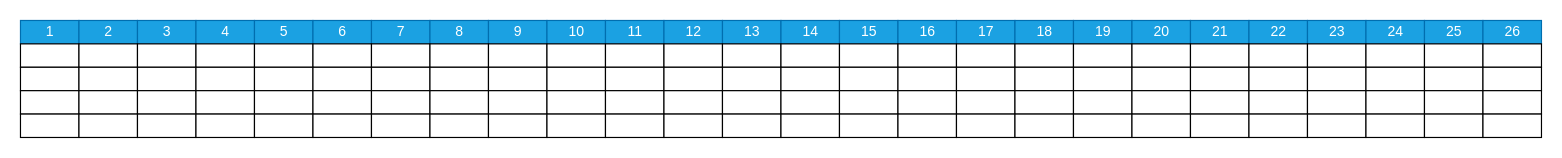
Before: PROJECT 1/askisi04/gannt.drawio in ltopalis/Operating-System-Project, a draw.io diagram. Source tidied: cells renumbered, new cells numbered last; positions are measured from the earlier drawing's top-left corner, leaving out a move shared by most shapes. Both pictures are drawn from the tidied source at 117%, with x=0, y=0 at pixel (20, 20).
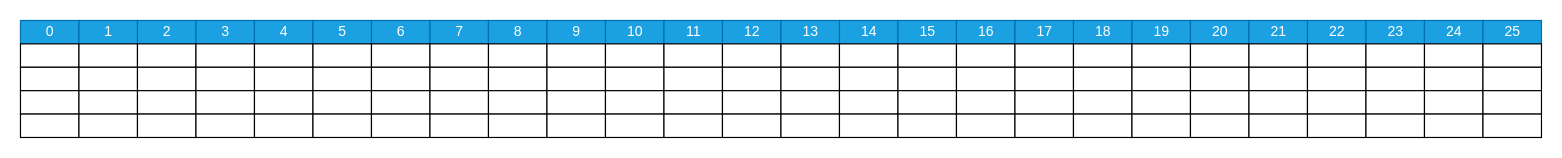
The same page after the edit.

The edit, as a diff of the source:
```diff
@@
-    <mxCell id="2" value="1" style="align=center;html=1;fillColor=#1ba1e2;fontColor=#ffffff;strokeColor=#006EAF;" parent="1" vertex="1">
+    <mxCell id="2" value="0" style="align=center;html=1;fillColor=#1ba1e2;fontColor=#ffffff;strokeColor=#006EAF;" parent="1" vertex="1">
       <mxGeometry width="50" height="20" as="geometry" />
     </mxCell>
-    <mxCell id="3" value="2" style="align=center;html=1;fillColor=#1ba1e2;fontColor=#ffffff;strokeColor=#006EAF;" parent="1" vertex="1">
+    <mxCell id="3" value="1" style="align=center;html=1;fillColor=#1ba1e2;fontColor=#ffffff;strokeColor=#006EAF;" parent="1" vertex="1">
       <mxGeometry x="50" width="50" height="20" as="geometry" />
     </mxCell>
-    <mxCell id="4" value="3" style="align=center;html=1;fillColor=#1ba1e2;fontColor=#ffffff;strokeColor=#006EAF;" parent="1" vertex="1">
+    <mxCell id="4" value="2" style="align=center;html=1;fillColor=#1ba1e2;fontColor=#ffffff;strokeColor=#006EAF;" parent="1" vertex="1">
       <mxGeometry x="100" width="50" height="20" as="geometry" />
     </mxCell>
-    <mxCell id="5" value="4" style="align=center;html=1;fillColor=#1ba1e2;fontColor=#ffffff;strokeColor=#006EAF;" parent="1" vertex="1">
+    <mxCell id="5" value="3" style="align=center;html=1;fillColor=#1ba1e2;fontColor=#ffffff;strokeColor=#006EAF;" parent="1" vertex="1">
       <mxGeometry x="150" width="50" height="20" as="geometry" />
     </mxCell>
-    <mxCell id="6" value="5" style="align=center;html=1;fillColor=#1ba1e2;fontColor=#ffffff;strokeColor=#006EAF;" parent="1" vertex="1">
+    <mxCell id="6" value="4" style="align=center;html=1;fillColor=#1ba1e2;fontColor=#ffffff;strokeColor=#006EAF;" parent="1" vertex="1">
       <mxGeometry x="200" width="50" height="20" as="geometry" />
     </mxCell>
-    <mxCell id="7" value="6" style="align=center;html=1;fillColor=#1ba1e2;fontColor=#ffffff;strokeColor=#006EAF;" parent="1" vertex="1">
+    <mxCell id="7" value="5" style="align=center;html=1;fillColor=#1ba1e2;fontColor=#ffffff;strokeColor=#006EAF;" parent="1" vertex="1">
       <mxGeometry x="250" width="50" height="20" as="geometry" />
     </mxCell>
-    <mxCell id="8" value="7" style="align=center;html=1;fillColor=#1ba1e2;fontColor=#ffffff;strokeColor=#006EAF;" parent="1" vertex="1">
+    <mxCell id="8" value="6" style="align=center;html=1;fillColor=#1ba1e2;fontColor=#ffffff;strokeColor=#006EAF;" parent="1" vertex="1">
       <mxGeometry x="300" width="50" height="20" as="geometry" />
     </mxCell>
-    <mxCell id="9" value="8" style="align=center;html=1;fillColor=#1ba1e2;fontColor=#ffffff;strokeColor=#006EAF;" parent="1" vertex="1">
+    <mxCell id="9" value="7" style="align=center;html=1;fillColor=#1ba1e2;fontColor=#ffffff;strokeColor=#006EAF;" parent="1" vertex="1">
       <mxGeometry x="350" width="50" height="20" as="geometry" />
     </mxCell>
-    <mxCell id="10" value="9" style="align=center;html=1;fillColor=#1ba1e2;fontColor=#ffffff;strokeColor=#006EAF;" parent="1" vertex="1">
+    <mxCell id="10" value="8" style="align=center;html=1;fillColor=#1ba1e2;fontColor=#ffffff;strokeColor=#006EAF;" parent="1" vertex="1">
       <mxGeometry x="400" width="50" height="20" as="geometry" />
     </mxCell>
-    <mxCell id="11" value="10" style="align=center;html=1;fillColor=#1ba1e2;fontColor=#ffffff;strokeColor=#006EAF;" parent="1" vertex="1">
+    <mxCell id="11" value="9" style="align=center;html=1;fillColor=#1ba1e2;fontColor=#ffffff;strokeColor=#006EAF;" parent="1" vertex="1">
       <mxGeometry x="450" width="50" height="20" as="geometry" />
     </mxCell>
-    <mxCell id="12" value="11" style="align=center;html=1;fillColor=#1ba1e2;fontColor=#ffffff;strokeColor=#006EAF;" parent="1" vertex="1">
+    <mxCell id="12" value="10" style="align=center;html=1;fillColor=#1ba1e2;fontColor=#ffffff;strokeColor=#006EAF;" parent="1" vertex="1">
       <mxGeometry x="500" width="50" height="20" as="geometry" />
     </mxCell>
-    <mxCell id="13" value="12" style="align=center;html=1;fillColor=#1ba1e2;fontColor=#ffffff;strokeColor=#006EAF;" parent="1" vertex="1">
+    <mxCell id="13" value="11" style="align=center;html=1;fillColor=#1ba1e2;fontColor=#ffffff;strokeColor=#006EAF;" parent="1" vertex="1">
       <mxGeometry x="550" width="50" height="20" as="geometry" />
     </mxCell>
-    <mxCell id="14" value="13" style="align=center;html=1;fillColor=#1ba1e2;fontColor=#ffffff;strokeColor=#006EAF;" parent="1" vertex="1">
+    <mxCell id="14" value="12" style="align=center;html=1;fillColor=#1ba1e2;fontColor=#ffffff;strokeColor=#006EAF;" parent="1" vertex="1">
       <mxGeometry x="600" width="50" height="20" as="geometry" />
     </mxCell>
-    <mxCell id="15" value="14" style="align=center;html=1;fillColor=#1ba1e2;fontColor=#ffffff;strokeColor=#006EAF;" parent="1" vertex="1">
+    <mxCell id="15" value="13" style="align=center;html=1;fillColor=#1ba1e2;fontColor=#ffffff;strokeColor=#006EAF;" parent="1" vertex="1">
       <mxGeometry x="650" width="50" height="20" as="geometry" />
     </mxCell>
-    <mxCell id="16" value="15" style="align=center;html=1;fillColor=#1ba1e2;fontColor=#ffffff;strokeColor=#006EAF;" parent="1" vertex="1">
+    <mxCell id="16" value="14" style="align=center;html=1;fillColor=#1ba1e2;fontColor=#ffffff;strokeColor=#006EAF;" parent="1" vertex="1">
       <mxGeometry x="700" width="50" height="20" as="geometry" />
     </mxCell>
-    <mxCell id="17" value="16" style="align=center;html=1;fillColor=#1ba1e2;fontColor=#ffffff;strokeColor=#006EAF;" parent="1" vertex="1">
+    <mxCell id="17" value="15" style="align=center;html=1;fillColor=#1ba1e2;fontColor=#ffffff;strokeColor=#006EAF;" parent="1" vertex="1">
       <mxGeometry x="750" width="50" height="20" as="geometry" />
     </mxCell>
-    <mxCell id="18" value="17" style="align=center;html=1;fillColor=#1ba1e2;fontColor=#ffffff;strokeColor=#006EAF;" parent="1" vertex="1">
+    <mxCell id="18" value="16" style="align=center;html=1;fillColor=#1ba1e2;fontColor=#ffffff;strokeColor=#006EAF;" parent="1" vertex="1">
       <mxGeometry x="800" width="50" height="20" as="geometry" />
     </mxCell>
-    <mxCell id="19" value="18" style="align=center;html=1;fillColor=#1ba1e2;fontColor=#ffffff;strokeColor=#006EAF;" parent="1" vertex="1">
+    <mxCell id="19" value="17" style="align=center;html=1;fillColor=#1ba1e2;fontColor=#ffffff;strokeColor=#006EAF;" parent="1" vertex="1">
       <mxGeometry x="850" width="50" height="20" as="geometry" />
     </mxCell>
-    <mxCell id="20" value="19" style="align=center;html=1;fillColor=#1ba1e2;fontColor=#ffffff;strokeColor=#006EAF;" parent="1" vertex="1">
+    <mxCell id="20" value="18" style="align=center;html=1;fillColor=#1ba1e2;fontColor=#ffffff;strokeColor=#006EAF;" parent="1" vertex="1">
       <mxGeometry x="900" width="50" height="20" as="geometry" />
     </mxCell>
-    <mxCell id="21" value="20" style="align=center;html=1;fillColor=#1ba1e2;fontColor=#ffffff;strokeColor=#006EAF;" parent="1" vertex="1">
+    <mxCell id="21" value="19" style="align=center;html=1;fillColor=#1ba1e2;fontColor=#ffffff;strokeColor=#006EAF;" parent="1" vertex="1">
       <mxGeometry x="950" width="50" height="20" as="geometry" />
     </mxCell>
-    <mxCell id="22" value="21" style="align=center;html=1;fillColor=#1ba1e2;fontColor=#ffffff;strokeColor=#006EAF;" parent="1" vertex="1">
+    <mxCell id="22" value="20" style="align=center;html=1;fillColor=#1ba1e2;fontColor=#ffffff;strokeColor=#006EAF;" parent="1" vertex="1">
       <mxGeometry x="1000" width="50" height="20" as="geometry" />
     </mxCell>
-    <mxCell id="23" value="22" style="align=center;html=1;fillColor=#1ba1e2;fontColor=#ffffff;strokeColor=#006EAF;" parent="1" vertex="1">
+    <mxCell id="23" value="21" style="align=center;html=1;fillColor=#1ba1e2;fontColor=#ffffff;strokeColor=#006EAF;" parent="1" vertex="1">
       <mxGeometry x="1050" width="50" height="20" as="geometry" />
     </mxCell>
-    <mxCell id="24" value="23" style="align=center;html=1;fillColor=#1ba1e2;fontColor=#ffffff;strokeColor=#006EAF;" parent="1" vertex="1">
+    <mxCell id="24" value="22" style="align=center;html=1;fillColor=#1ba1e2;fontColor=#ffffff;strokeColor=#006EAF;" parent="1" vertex="1">
       <mxGeometry x="1100" width="50" height="20" as="geometry" />
     </mxCell>
-    <mxCell id="25" value="24" style="align=center;html=1;fillColor=#1ba1e2;fontColor=#ffffff;strokeColor=#006EAF;" parent="1" vertex="1">
+    <mxCell id="25" value="23" style="align=center;html=1;fillColor=#1ba1e2;fontColor=#ffffff;strokeColor=#006EAF;" parent="1" vertex="1">
       <mxGeometry x="1150" width="50" height="20" as="geometry" />
     </mxCell>
-    <mxCell id="26" value="25" style="align=center;html=1;fillColor=#1ba1e2;fontColor=#ffffff;strokeColor=#006EAF;" parent="1" vertex="1">
+    <mxCell id="26" value="24" style="align=center;html=1;fillColor=#1ba1e2;fontColor=#ffffff;strokeColor=#006EAF;" parent="1" vertex="1">
       <mxGeometry x="1200" width="50" height="20" as="geometry" />
     </mxCell>
-    <mxCell id="27" value="26" style="align=center;html=1;fillColor=#1ba1e2;fontColor=#ffffff;strokeColor=#006EAF;" parent="1" vertex="1">
+    <mxCell id="27" value="25" style="align=center;html=1;fillColor=#1ba1e2;fontColor=#ffffff;strokeColor=#006EAF;" parent="1" vertex="1">
       <mxGeometry x="1250" width="50" height="20" as="geometry" />
     </mxCell>
```
